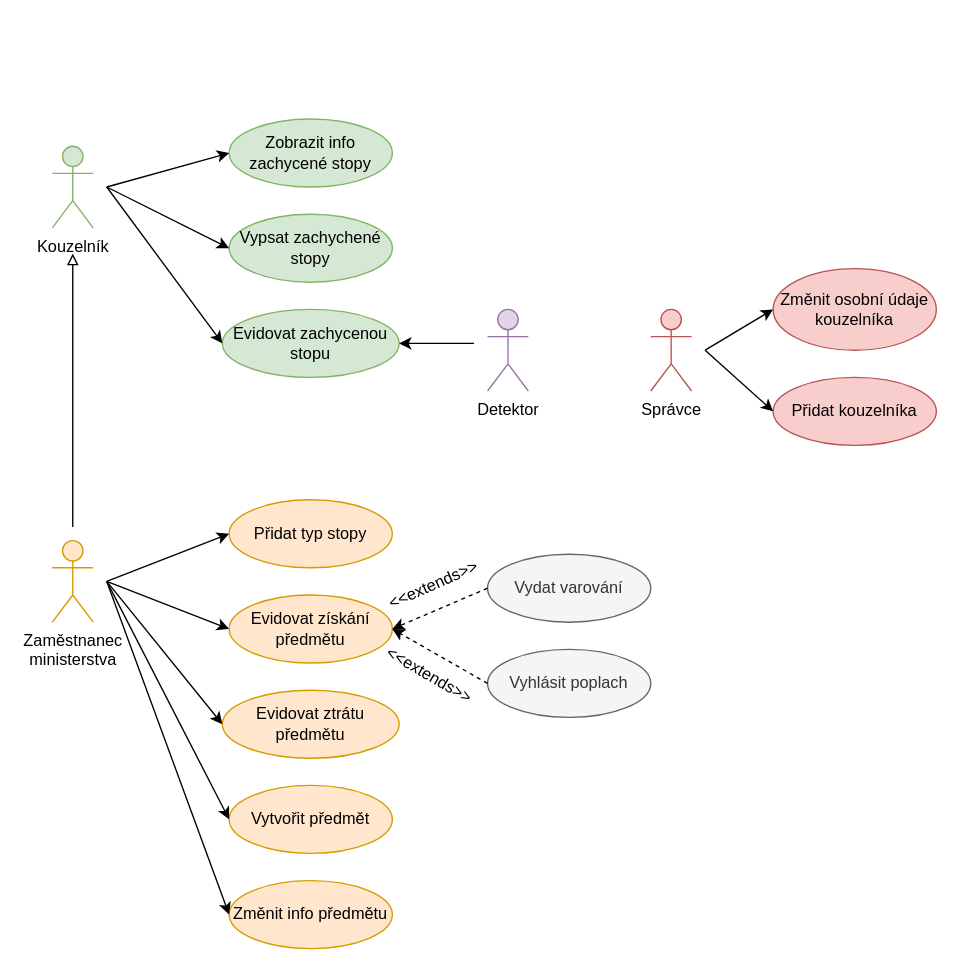
Before: UsecaseDiagram.drawio in Dandys3900/IDS-Project, a draw.io diagram. Source tidied: cells renumbered, new cells numbered last; positions are measured from the earlier drawing's top-left corner, leaving out a move shared by most shapes. Both pictures are drawn from the tidied source at 136%, with x=0, y=0 at pixel (52, 118).
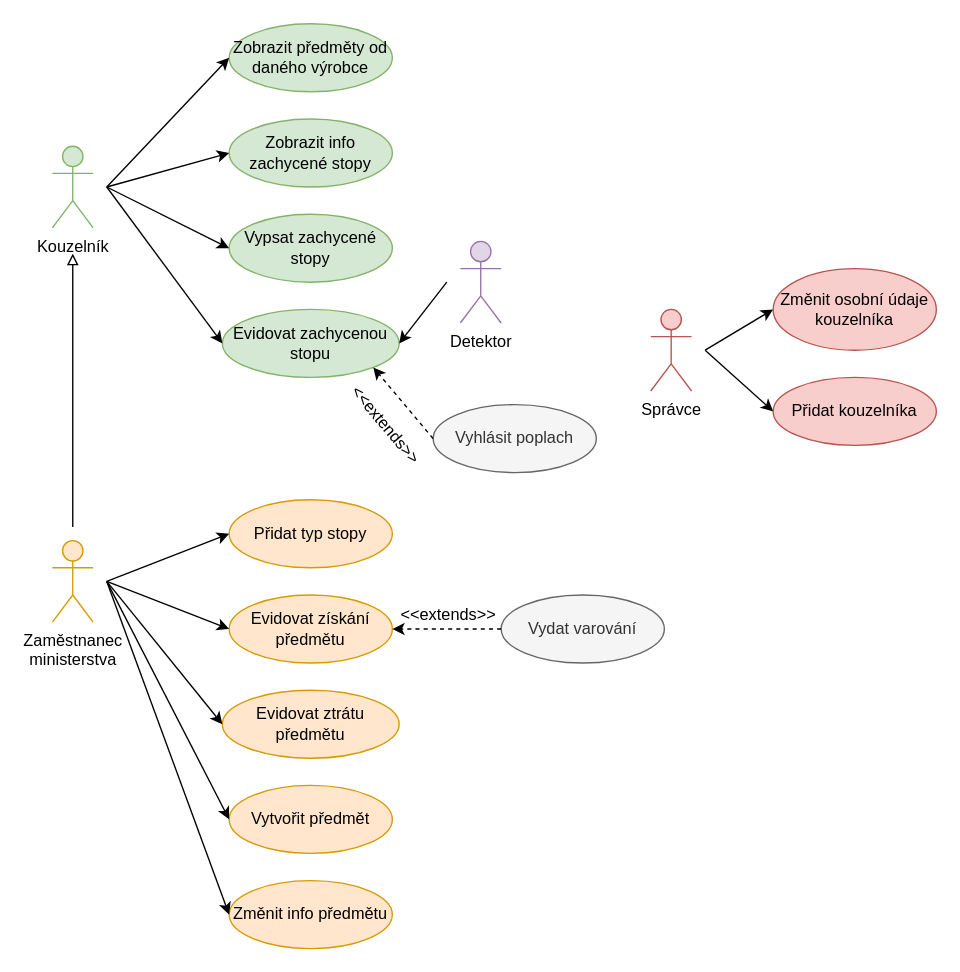
The same page after the edit.

Commit message (it also covers changes not shown here):
Update UseCase diagram by adding new action for wizard.

Unchanged cells that the change refers to:
```xml
<mxCell id="7" value="Evidovat zachycenou stopu" style="ellipse;whiteSpace=wrap;html=1;fillColor=#d5e8d4;strokeColor=#82b366;" parent="1" vertex="1">
  <mxGeometry x="125" y="140" width="130" height="50" as="geometry" />
</mxCell>
<mxCell id="9" value="Evidovat získání předmětu" style="ellipse;whiteSpace=wrap;html=1;fillColor=#ffe6cc;strokeColor=#d79b00;" parent="1" vertex="1">
  <mxGeometry x="130" y="350" width="120" height="50" as="geometry" />
</mxCell>
```

Change to the diagram source:
```diff
@@
-    <mxCell id="6" value="Vypsat zachychené stopy" style="ellipse;whiteSpace=wrap;html=1;fillColor=#d5e8d4;strokeColor=#82b366;" parent="1" vertex="1">
+    <mxCell id="6" value="Vypsat zachycené stopy" style="ellipse;whiteSpace=wrap;html=1;fillColor=#d5e8d4;strokeColor=#82b366;" parent="1" vertex="1">
       <mxGeometry x="130" y="70" width="120" height="50" as="geometry" />
     </mxCell>
@@
     <mxCell id="13" value="Detektor" style="shape=umlActor;verticalLabelPosition=bottom;verticalAlign=top;html=1;fillColor=#e1d5e7;strokeColor=#9673a6;" parent="1" vertex="1">
-      <mxGeometry x="320" y="140" width="30" height="60" as="geometry" />
+      <mxGeometry x="300" y="90" width="30" height="60" as="geometry" />
     </mxCell>
     <mxCell id="14" value="Vydat varování" style="ellipse;whiteSpace=wrap;html=1;fillColor=#f5f5f5;fontColor=#333333;strokeColor=#666666;" parent="1" vertex="1">
-      <mxGeometry x="320" y="320" width="120" height="50" as="geometry" />
+      <mxGeometry x="330" y="350" width="120" height="50" as="geometry" />
     </mxCell>
     <mxCell id="15" value="Vyhlásit poplach" style="ellipse;whiteSpace=wrap;html=1;fillColor=#f5f5f5;fontColor=#333333;strokeColor=#666666;" parent="1" vertex="1">
-      <mxGeometry x="320" y="390" width="120" height="50" as="geometry" />
+      <mxGeometry x="280" y="210" width="120" height="50" as="geometry" />
     </mxCell>
@@
     <mxCell id="22" style="endArrow=classic;html=1;rounded=0;entryX=1;entryY=0.5;entryDx=0;entryDy=0;" parent="1" edge="1" target="7">
       <mxGeometry relative="1" as="geometry">
-        <mxPoint x="310" y="165" as="sourcePoint" />
+        <mxPoint x="290" y="120" as="sourcePoint" />
       </mxGeometry>
     </mxCell>
@@
-    <mxCell id="31" value="&amp;lt;&amp;lt;extends&amp;gt;&amp;gt;" style="text;html=1;align=center;verticalAlign=middle;strokeColor=none;fillColor=none;rotation=336;" parent="1" vertex="1">
-      <mxGeometry x="235" y="328" width="90" height="30" as="geometry" />
+    <mxCell id="31" value="&amp;lt;&amp;lt;extends&amp;gt;&amp;gt;" style="text;html=1;align=center;verticalAlign=middle;strokeColor=none;fillColor=none;rotation=0;" parent="1" vertex="1">
+      <mxGeometry x="246" y="350" width="90" height="30" as="geometry" />
     </mxCell>
-    <mxCell id="32" style="endArrow=classic;html=1;rounded=0;entryX=1;entryY=0.5;entryDx=0;entryDy=0;exitX=0;exitY=0.5;exitDx=0;exitDy=0;dashed=1;" parent="1" edge="1" source="15" target="9">
+    <mxCell id="32" style="endArrow=classic;html=1;rounded=0;entryX=1;entryY=1;entryDx=0;entryDy=0;exitX=0;exitY=0.5;exitDx=0;exitDy=0;dashed=1;" parent="1" edge="1" source="15" target="7">
       <mxGeometry relative="1" as="geometry" />
     </mxCell>
-    <mxCell id="33" value="&amp;lt;&amp;lt;extends&amp;gt;&amp;gt;" style="text;html=1;align=center;verticalAlign=middle;strokeColor=none;fillColor=none;rotation=30;" parent="1" vertex="1">
-      <mxGeometry x="232" y="394" width="90" height="30" as="geometry" />
+    <mxCell id="33" value="&amp;lt;&amp;lt;extends&amp;gt;&amp;gt;" style="text;html=1;align=center;verticalAlign=middle;strokeColor=none;fillColor=none;rotation=50;" parent="1" vertex="1">
+      <mxGeometry x="200" y="210" width="90" height="30" as="geometry" />
     </mxCell>
+    <mxCell id="34" value="Zobrazit předměty od daného výrobce" style="ellipse;whiteSpace=wrap;html=1;fillColor=#d5e8d4;strokeColor=#82b366;" parent="1" vertex="1">
+      <mxGeometry x="130" y="-70" width="120" height="50" as="geometry" />
+    </mxCell>
+    <mxCell id="35" style="endArrow=classic;html=1;rounded=0;entryX=0;entryY=0.5;entryDx=0;entryDy=0;" parent="1" edge="1" target="34">
+      <mxGeometry relative="1" as="geometry">
+        <mxPoint x="40" y="50" as="sourcePoint" />
+      </mxGeometry>
+    </mxCell>
```
